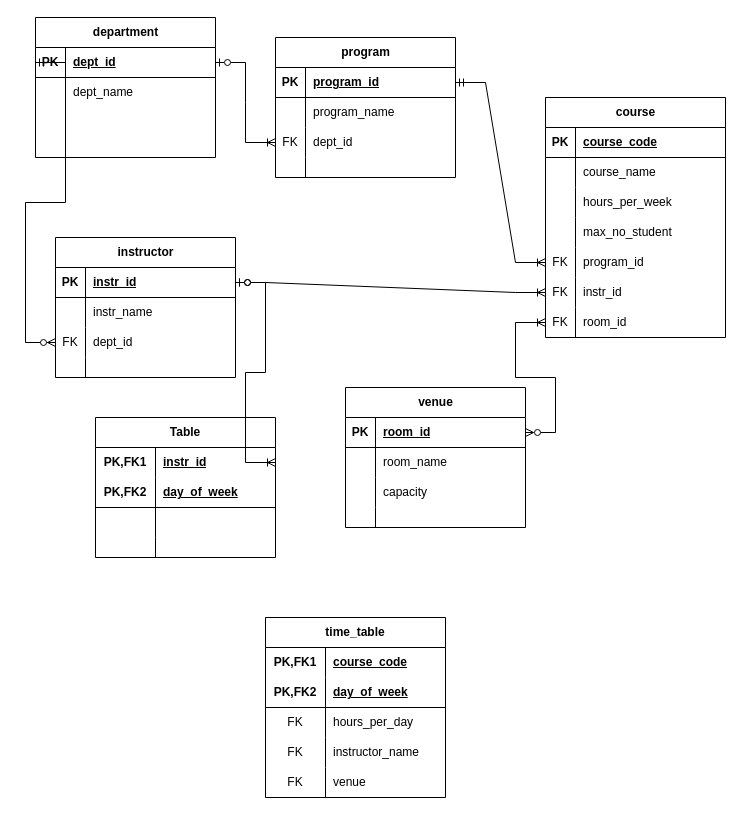
This is schema1.drawio from nexavoratech-art/TIME-TABLE, a draw.io file, before an edit. Source tidied: cells renumbered, new cells numbered last; positions are measured from the earlier drawing's top-left corner, leaving out a move shared by most shapes. Both pictures are drawn from the tidied source at 100%, with x=0, y=0 at pixel (35, 17).
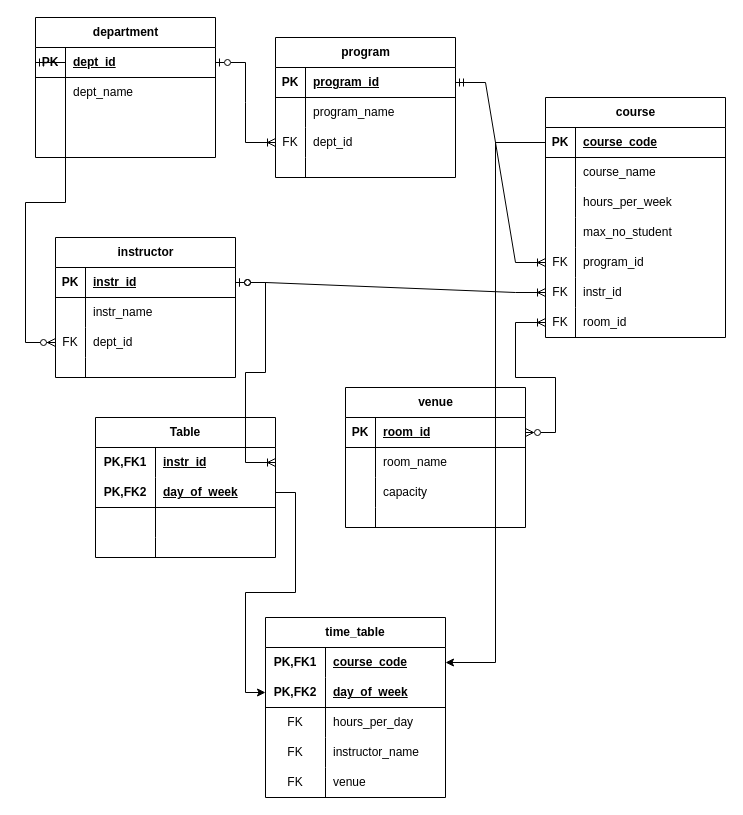
Above is the later version.

The change refers to these unchanged cells:
```xml
<mxCell id="44" style="shape=tableRow;horizontal=0;startSize=0;swimlaneHead=0;swimlaneBody=0;fillColor=none;points=[[0,0.5],[1,0.5]];portConstraint=eastwest;top=0;left=0;right=0;bottom=1;" parent="43" vertex="1">
  <mxGeometry y="30" width="180" height="30" as="geometry" />
</mxCell>
<mxCell id="85" style="shape=tableRow;horizontal=0;startSize=0;swimlaneHead=0;swimlaneBody=0;fillColor=none;points=[[0,0.5],[1,0.5]];portConstraint=eastwest;top=0;left=0;right=0;bottom=1;html=1;" parent="81" vertex="1">
  <mxGeometry y="60" width="180" height="30" as="geometry" />
</mxCell>
<mxCell id="96" style="shape=tableRow;horizontal=0;startSize=0;swimlaneHead=0;swimlaneBody=0;fillColor=none;points=[[0,0.5],[1,0.5]];portConstraint=eastwest;top=0;left=0;right=0;bottom=0;html=1;" parent="95" vertex="1">
  <mxGeometry y="30" width="180" height="30" as="geometry" />
</mxCell>
<mxCell id="99" style="shape=tableRow;horizontal=0;startSize=0;swimlaneHead=0;swimlaneBody=0;fillColor=none;points=[[0,0.5],[1,0.5]];portConstraint=eastwest;top=0;left=0;right=0;bottom=1;html=1;" parent="95" vertex="1">
  <mxGeometry y="60" width="180" height="30" as="geometry" />
</mxCell>
```

Change to the diagram source:
```diff
@@
+    <mxCell id="111" style="edgeStyle=orthogonalEdgeStyle;rounded=0;jettySize=auto;html=1;entryX=1;entryY=0.5;entryDx=0;entryDy=0;" parent="1" edge="1" source="44" target="96">
+      <mxGeometry relative="1" as="geometry" />
+    </mxCell>
+    <mxCell id="112" style="edgeStyle=orthogonalEdgeStyle;rounded=0;jettySize=auto;html=1;entryX=0;entryY=0.5;entryDx=0;entryDy=0;" parent="1" edge="1" source="85" target="99">
+      <mxGeometry relative="1" as="geometry" />
+    </mxCell>
```
